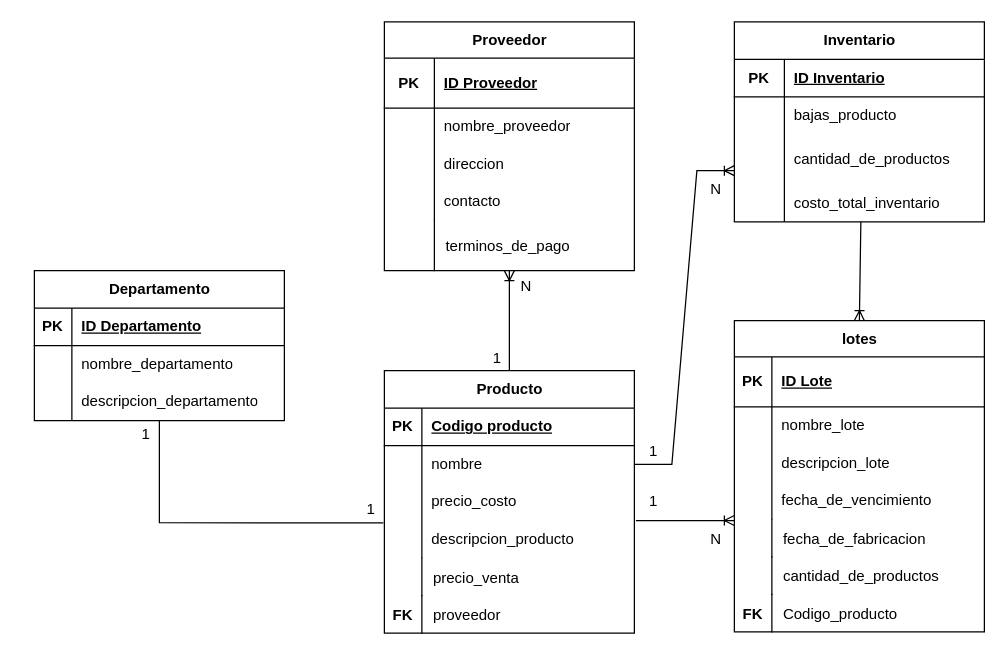
This is page "Page-1" (2 of 2) of Diagrama de colaboracion.drawio from JotaMont/Evaluacion-2-Front-End, a draw.io file, before an edit. Source tidied: cells renumbered, new cells numbered last; positions are measured from the earlier drawing's top-left corner, leaving out a move shared by most shapes. Both pictures are drawn from the tidied source at 125%, with x=0, y=0 at pixel (34, 21).
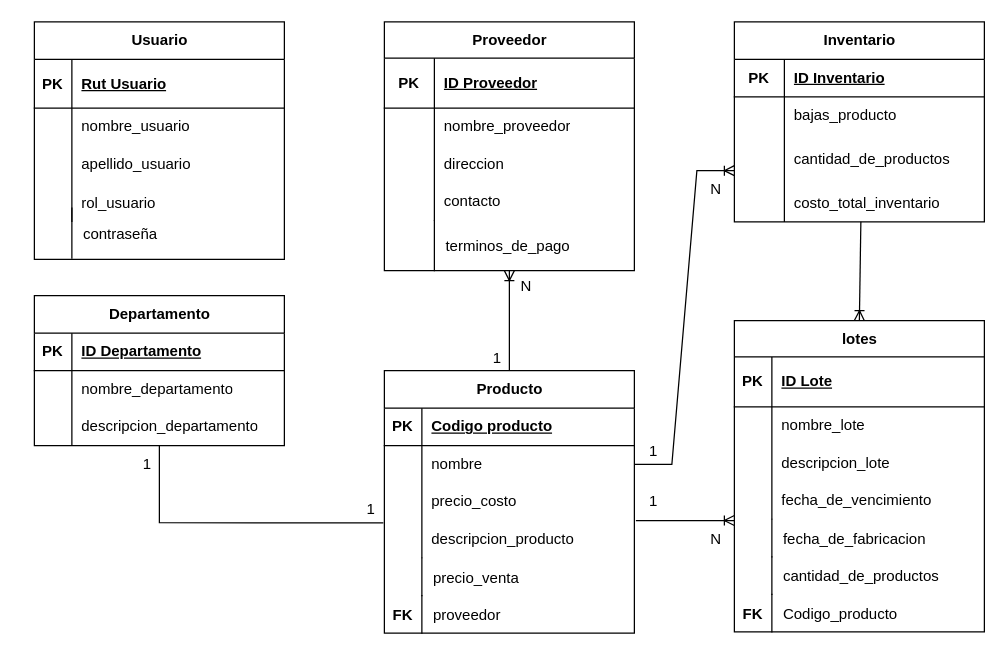
After the change.

Change to the diagram source:
```diff
@@
     <mxCell id="75" value="Departamento" style="shape=table;startSize=30;childLayout=tableLayout;rowLines=0;fontStyle=1;align=center;html=1;" parent="1" vertex="1">
-      <mxGeometry y="199" width="200" height="120" as="geometry" />
+      <mxGeometry y="219" width="200" height="120" as="geometry" />
     </mxCell>
@@
     <mxCell id="88" value="1" style="text;html=1;align=center;verticalAlign=middle;strokeColor=none;fillColor=none;" parent="1" vertex="1">
-      <mxGeometry x="74" y="315" width="30" height="30" as="geometry" />
+      <mxGeometry x="75" y="339" width="30" height="30" as="geometry" />
     </mxCell>
+    <mxCell id="89" value="Usuario" style="shape=table;startSize=30;childLayout=tableLayout;rowLines=0;fontStyle=1;align=center;html=1;" parent="1" vertex="1">
+      <mxGeometry width="200" height="190" as="geometry" />
+    </mxCell>
+    <mxCell id="90" style="shape=tableRow;horizontal=0;startSize=0;swimlaneHead=0;swimlaneBody=0;fillColor=none;top=0;left=0;right=0;bottom=1;" parent="89" vertex="1">
+      <mxGeometry y="30" width="200" height="39" as="geometry" />
+    </mxCell>
+    <mxCell id="91" value="PK" style="shape=partialRectangle;fillColor=none;top=0;left=0;bottom=0;right=0;fontStyle=1;overflow=hidden;whiteSpace=wrap;html=1;" parent="90" vertex="1">
+      <mxGeometry width="30" height="39" as="geometry" />
+    </mxCell>
+    <mxCell id="92" value="Rut Usuario" style="shape=partialRectangle;fillColor=none;top=0;left=0;bottom=0;right=0;align=left;spacingLeft=6;fontStyle=5;overflow=hidden;whiteSpace=wrap;html=1;" parent="90" vertex="1">
+      <mxGeometry x="30" width="170" height="39" as="geometry" />
+    </mxCell>
+    <mxCell id="93" style="shape=tableRow;horizontal=0;startSize=0;swimlaneHead=0;swimlaneBody=0;fillColor=none;top=0;left=0;right=0;bottom=0;" parent="89" vertex="1">
+      <mxGeometry y="69" width="200" height="30" as="geometry" />
+    </mxCell>
+    <mxCell id="94" style="shape=partialRectangle;fillColor=none;top=0;left=0;bottom=0;right=0;overflow=hidden;whiteSpace=wrap;html=1;" parent="93" vertex="1">
+      <mxGeometry width="30" height="30" as="geometry" />
+    </mxCell>
+    <mxCell id="95" value="nombre_usuario" style="shape=partialRectangle;fillColor=none;top=0;left=0;bottom=0;right=0;align=left;spacingLeft=6;overflow=hidden;whiteSpace=wrap;html=1;" parent="93" vertex="1">
+      <mxGeometry x="30" width="170" height="30" as="geometry" />
+    </mxCell>
+    <mxCell id="96" style="shape=tableRow;horizontal=0;startSize=0;swimlaneHead=0;swimlaneBody=0;fillColor=none;top=0;left=0;right=0;bottom=0;" parent="89" vertex="1">
+      <mxGeometry y="99" width="200" height="30" as="geometry" />
+    </mxCell>
+    <mxCell id="97" value="&lt;div&gt;&lt;br&gt;&lt;/div&gt;" style="shape=partialRectangle;fillColor=none;top=0;left=0;bottom=0;right=0;overflow=hidden;whiteSpace=wrap;html=1;" parent="96" vertex="1">
+      <mxGeometry width="30" height="30" as="geometry" />
+    </mxCell>
+    <mxCell id="98" value="apellido_usuario" style="shape=partialRectangle;fillColor=none;top=0;left=0;bottom=0;right=0;align=left;spacingLeft=6;overflow=hidden;whiteSpace=wrap;html=1;" parent="96" vertex="1">
+      <mxGeometry x="30" width="170" height="30" as="geometry" />
+    </mxCell>
+    <mxCell id="99" style="shape=tableRow;horizontal=0;startSize=0;swimlaneHead=0;swimlaneBody=0;fillColor=none;top=0;left=0;right=0;bottom=0;" parent="89" vertex="1">
+      <mxGeometry y="129" width="200" height="31" as="geometry" />
+    </mxCell>
+    <mxCell id="100" style="shape=partialRectangle;fillColor=none;top=0;left=0;bottom=0;right=0;overflow=hidden;whiteSpace=wrap;html=1;" parent="99" vertex="1">
+      <mxGeometry width="30" height="31" as="geometry" />
+    </mxCell>
+    <mxCell id="101" value="rol_usuario" style="shape=partialRectangle;fillColor=none;top=0;left=0;bottom=0;right=0;align=left;spacingLeft=6;overflow=hidden;whiteSpace=wrap;html=1;" parent="99" vertex="1">
+      <mxGeometry x="30" width="170" height="31" as="geometry" />
+    </mxCell>
+    <mxCell id="102" value="    contraseña" style="shape=partialRectangle;fillColor=none;align=left;verticalAlign=middle;strokeColor=none;spacingLeft=34;" parent="1" vertex="1">
+      <mxGeometry x="-10" y="149" width="200" height="40" as="geometry" />
+    </mxCell>
+    <mxCell id="103" style="shape=partialRectangle;top=0;left=0;bottom=0;fillColor=none;stokeWidth=1;align=left;verticalAlign=middle;spacingLeft=4;spacingRight=4;overflow=hidden;" parent="102" vertex="1">
+      <mxGeometry width="40" height="40" as="geometry" />
+    </mxCell>
```
